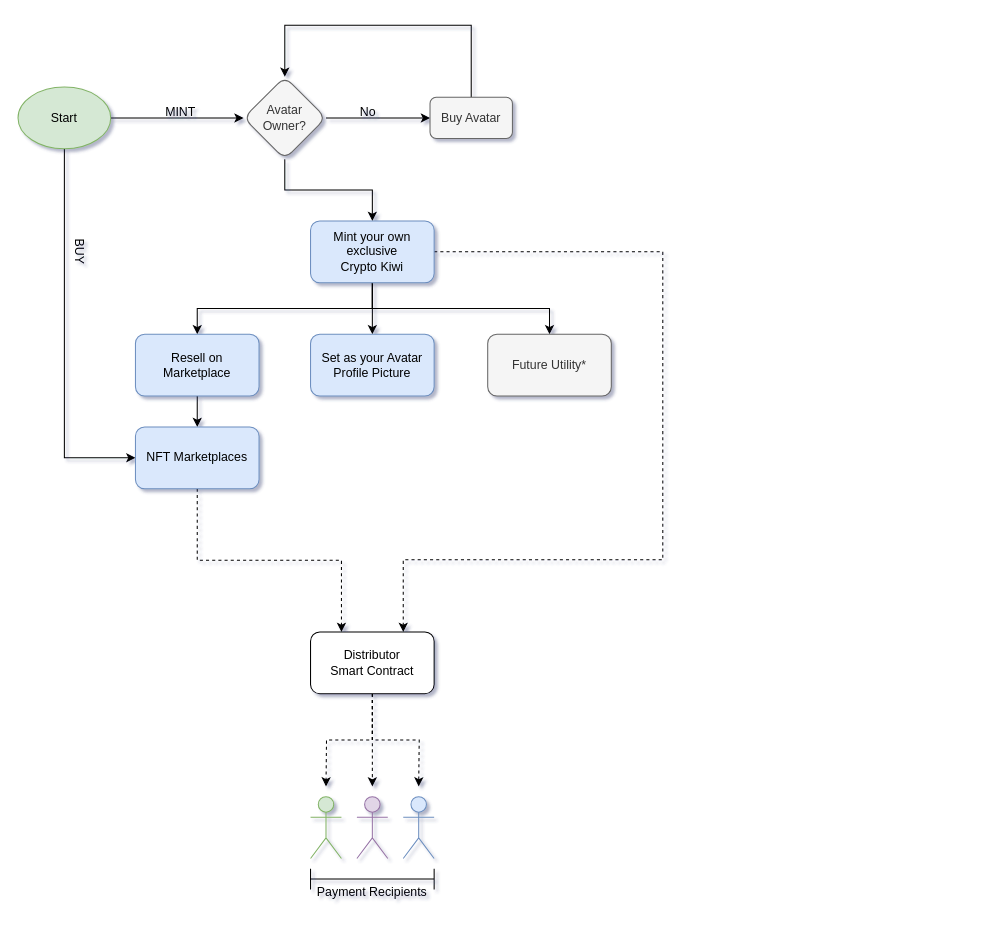
Earlier version of the draw.io diagram CryptoKiwis.drawio (Carbon-Labs/Diagrams). Source tidied: cells renumbered, new cells numbered last; positions are measured from the earlier drawing's top-left corner, leaving out a move shared by most shapes. Both pictures are drawn from the tidied source at 103%, with x=0, y=0 at pixel (18, 25).
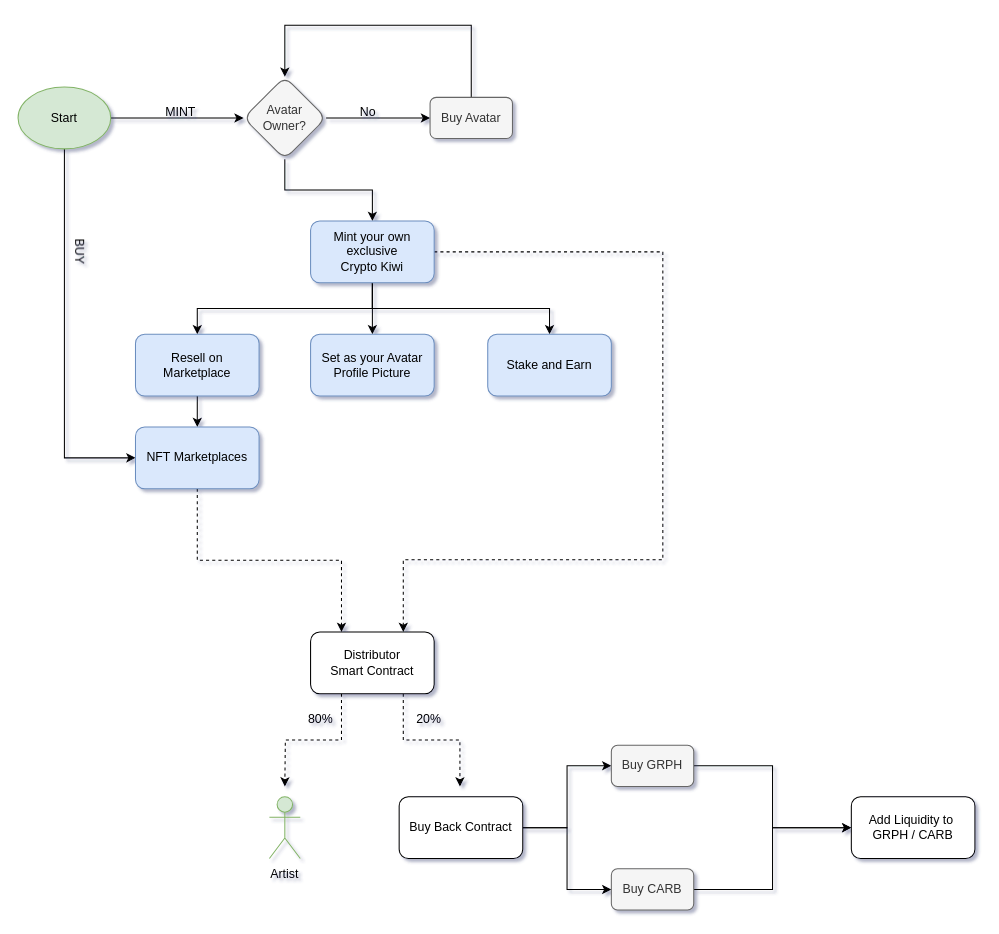
Above is the later version.

Unchanged cells that the change refers to:
```xml
<mxCell id="27" value="Distributor&lt;br&gt;Smart Contract" style="rounded=1;whiteSpace=wrap;html=1;" parent="1" vertex="1">
  <mxGeometry x="284" y="589" width="120" height="60" as="geometry" />
</mxCell>
```

Change to the diagram source:
```diff
@@
-    <mxCell id="23" value="Future Utility*" style="rounded=1;whiteSpace=wrap;html=1;verticalAlign=middle;fillColor=#f5f5f5;strokeColor=#666666;fontColor=#333333;" parent="1" vertex="1">
+    <mxCell id="23" value="Stake and Earn" style="rounded=1;whiteSpace=wrap;html=1;verticalAlign=middle;fillColor=#dae8fc;strokeColor=#6c8ebf;" parent="1" vertex="1">
       <mxGeometry x="456" y="300" width="120" height="60" as="geometry" />
     </mxCell>
-    <mxCell id="24" style="edgeStyle=orthogonalEdgeStyle;rounded=0;jettySize=auto;html=1;exitX=0.5;exitY=1;exitDx=0;exitDy=0;dashed=1;" parent="1" edge="1" source="27">
+    <mxCell id="24" style="edgeStyle=orthogonalEdgeStyle;rounded=0;jettySize=auto;html=1;exitX=0.25;exitY=1;exitDx=0;exitDy=0;dashed=1;" parent="1" edge="1" source="27">
       <mxGeometry relative="1" as="geometry">
-        <mxPoint x="299" y="739" as="targetPoint" />
+        <mxPoint x="259" y="739" as="targetPoint" />
       </mxGeometry>
     </mxCell>
-    <mxCell id="25" style="edgeStyle=orthogonalEdgeStyle;rounded=0;jettySize=auto;html=1;exitX=0.5;exitY=1;exitDx=0;exitDy=0;dashed=1;" parent="1" edge="1" source="27">
+    <mxCell id="25" style="edgeStyle=orthogonalEdgeStyle;rounded=0;jettySize=auto;html=1;exitX=0.75;exitY=1;exitDx=0;exitDy=0;dashed=1;" parent="1" edge="1" source="27">
       <mxGeometry relative="1" as="geometry">
-        <mxPoint x="389" y="739" as="targetPoint" />
+        <mxPoint x="429" y="739" as="targetPoint" />
+        <Array as="points">
+          <mxPoint x="374" y="694" />
+          <mxPoint x="429" y="694" />
+          <mxPoint x="429" y="739" />
+        </Array>
       </mxGeometry>
     </mxCell>
-    <mxCell id="26" style="edgeStyle=orthogonalEdgeStyle;rounded=0;jettySize=auto;html=1;exitX=0.5;exitY=1;exitDx=0;exitDy=0;dashed=1;" parent="1" edge="1" source="27">
-      <mxGeometry relative="1" as="geometry">
-        <mxPoint x="344" y="739" as="targetPoint" />
-      </mxGeometry>
-    </mxCell>
@@
     <mxCell id="28" style="shape=umlActor;verticalLabelPosition=bottom;verticalAlign=top;html=1;fillColor=#d5e8d4;strokeColor=#82b366;" parent="1" vertex="1">
-      <mxGeometry x="284" y="749" width="30" height="60" as="geometry" />
+      <mxGeometry x="244" y="749" width="30" height="60" as="geometry" />
     </mxCell>
-    <mxCell id="29" style="shape=umlActor;verticalLabelPosition=bottom;verticalAlign=top;html=1;fillColor=#dae8fc;strokeColor=#6c8ebf;" parent="1" vertex="1">
-      <mxGeometry x="374" y="749" width="30" height="60" as="geometry" />
-    </mxCell>
-    <mxCell id="30" style="shape=umlActor;verticalLabelPosition=bottom;verticalAlign=top;html=1;fillColor=#e1d5e7;strokeColor=#9673a6;" parent="1" vertex="1">
-      <mxGeometry x="329" y="749" width="30" height="60" as="geometry" />
-    </mxCell>
-    <mxCell id="31" style="shape=crossbar;whiteSpace=wrap;html=1;rounded=1;" parent="1" vertex="1">
-      <mxGeometry x="284" y="819" width="120" height="20" as="geometry" />
-    </mxCell>
-    <mxCell id="32" value="Payment Recipients" style="text;html=1;strokeColor=none;fillColor=none;align=center;verticalAlign=middle;whiteSpace=wrap;rounded=0;" parent="1" vertex="1">
-      <mxGeometry x="279" y="827" width="130" height="30" as="geometry" />
+    <mxCell id="32" value="Artist" style="text;html=1;strokeColor=none;fillColor=none;align=center;verticalAlign=middle;whiteSpace=wrap;rounded=0;" parent="1" vertex="1">
+      <mxGeometry x="194" y="809" width="130" height="30" as="geometry" />
     </mxCell>
+    <mxCell id="33" style="edgeStyle=orthogonalEdgeStyle;rounded=0;jettySize=auto;html=1;exitX=1;exitY=0.5;exitDx=0;exitDy=0;entryX=0;entryY=0.5;entryDx=0;entryDy=0;" parent="1" edge="1" source="35" target="39">
+      <mxGeometry relative="1" as="geometry" />
+    </mxCell>
+    <mxCell id="34" style="edgeStyle=orthogonalEdgeStyle;rounded=0;jettySize=auto;html=1;exitX=1;exitY=0.5;exitDx=0;exitDy=0;entryX=0;entryY=0.5;entryDx=0;entryDy=0;" parent="1" edge="1" source="35" target="41">
+      <mxGeometry relative="1" as="geometry" />
+    </mxCell>
+    <mxCell id="35" value="Buy Back Contract" style="rounded=1;whiteSpace=wrap;html=1;" parent="1" vertex="1">
+      <mxGeometry x="370" y="749" width="120" height="60" as="geometry" />
+    </mxCell>
+    <mxCell id="36" value="80%" style="text;html=1;strokeColor=none;fillColor=none;align=center;verticalAlign=middle;whiteSpace=wrap;rounded=0;labelBackgroundColor=none;" parent="1" vertex="1">
+      <mxGeometry x="264" y="659" width="60" height="30" as="geometry" />
+    </mxCell>
+    <mxCell id="37" value="20%" style="text;html=1;strokeColor=none;fillColor=none;align=center;verticalAlign=middle;whiteSpace=wrap;rounded=0;labelBackgroundColor=none;" parent="1" vertex="1">
+      <mxGeometry x="369" y="659" width="60" height="30" as="geometry" />
+    </mxCell>
+    <mxCell id="38" style="edgeStyle=orthogonalEdgeStyle;rounded=0;jettySize=auto;html=1;exitX=1;exitY=0.5;exitDx=0;exitDy=0;entryX=0;entryY=0.5;entryDx=0;entryDy=0;" parent="1" edge="1" source="39" target="42">
+      <mxGeometry relative="1" as="geometry" />
+    </mxCell>
+    <mxCell id="39" value="Buy GRPH" style="rounded=1;whiteSpace=wrap;html=1;glass=0;fillColor=#f5f5f5;fontColor=#333333;strokeColor=#666666;" parent="1" vertex="1">
+      <mxGeometry x="576" y="699" width="80" height="40" as="geometry" />
+    </mxCell>
+    <mxCell id="40" style="edgeStyle=orthogonalEdgeStyle;rounded=0;jettySize=auto;html=1;entryX=0;entryY=0.5;entryDx=0;entryDy=0;" parent="1" edge="1" source="41" target="42">
+      <mxGeometry relative="1" as="geometry" />
+    </mxCell>
+    <mxCell id="41" value="Buy CARB" style="rounded=1;whiteSpace=wrap;html=1;glass=0;fillColor=#f5f5f5;fontColor=#333333;strokeColor=#666666;" parent="1" vertex="1">
+      <mxGeometry x="576" y="819" width="80" height="40" as="geometry" />
+    </mxCell>
+    <mxCell id="42" value="Add Liquidity to&amp;nbsp;&lt;br&gt;GRPH / CARB" style="rounded=1;whiteSpace=wrap;html=1;" parent="1" vertex="1">
+      <mxGeometry x="809" y="749" width="120" height="60" as="geometry" />
+    </mxCell>
```
